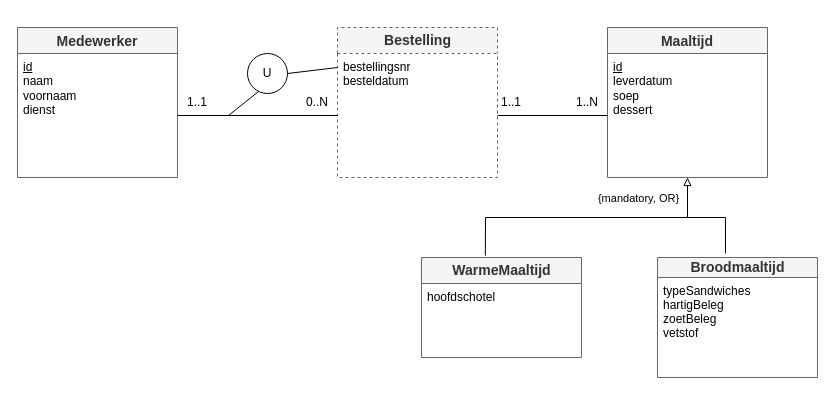
Above: ERD/ERD.drawio in Web-IV/2324-frontendweb-BrechtVandekerckhove (draw.io), before the change. Source tidied: cells renumbered, new cells numbered last; positions are measured from the earlier drawing's top-left corner, leaving out a move shared by most shapes. Both pictures are drawn from the tidied source at 100%, with x=0, y=0 at pixel (17, 27).
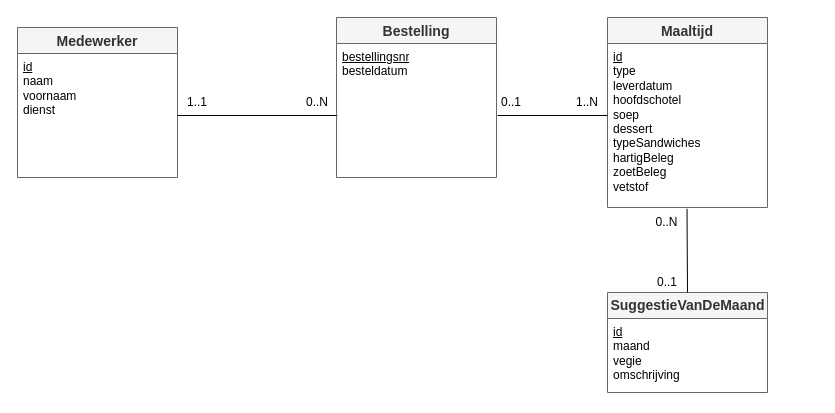
After the change.

Unchanged cells that the change refers to:
```xml
<mxCell id="3" value="&lt;u&gt;id&lt;/u&gt;&lt;br&gt;naam&lt;br&gt;voornaam&lt;br&gt;dienst" style="text;strokeColor=none;fillColor=none;spacingLeft=4;spacingRight=4;overflow=hidden;points=[[0,0.5],[1,0.5]];portConstraint=eastwest;fontSize=12;fontStyle=0;html=1;" parent="2" vertex="1">
  <mxGeometry y="26" width="160" height="124" as="geometry" />
</mxCell>
```

Diff of the diagram source:
```diff
@@
-    <mxCell id="4" value="Bestelling" style="swimlane;fontStyle=1;horizontal=1;startSize=26;align=center;fontSize=14;strokeColor=#666666;fillColor=#f5f5f5;fontColor=#333333;dashed=1;html=1;" parent="1" vertex="1">
-      <mxGeometry x="320" width="160" height="150" as="geometry" />
-    </mxCell>
-    <mxCell id="5" value="bestellingsnr&lt;br&gt;besteldatum" style="text;strokeColor=none;fillColor=none;spacingLeft=4;spacingRight=4;overflow=hidden;points=[[0,0.5],[1,0.5]];portConstraint=eastwest;fontSize=12;html=1;" parent="4" vertex="1">
-      <mxGeometry y="26" width="160" height="124" as="geometry" />
-    </mxCell>
-    <mxCell id="6" style="endArrow=none;html=1;rounded=0;exitX=1;exitY=0.5;exitDx=0;exitDy=0;entryX=0;entryY=0.5;entryDx=0;entryDy=0;" parent="1" edge="1" source="3" target="5">
-      <mxGeometry relative="1" as="geometry" />
+    <mxCell id="6" style="endArrow=none;html=1;rounded=0;exitX=1;exitY=0.5;exitDx=0;exitDy=0;entryX=0;entryY=0.5;entryDx=0;entryDy=0;" parent="1" edge="1" source="3">
+      <mxGeometry relative="1" as="geometry">
+        <mxPoint x="320" y="88" as="targetPoint" />
+      </mxGeometry>
     </mxCell>
@@
     <mxCell id="9" value="Maaltijd" style="swimlane;fontStyle=1;horizontal=1;startSize=26;align=center;fontSize=14;strokeColor=#666666;fillColor=#f5f5f5;fontColor=#333333;" parent="1" vertex="1">
-      <mxGeometry x="590" width="160" height="150" as="geometry" />
+      <mxGeometry x="590" y="-10" width="160" height="190" as="geometry" />
     </mxCell>
-    <mxCell id="10" value="&lt;u&gt;id&lt;/u&gt;&lt;br&gt;leverdatum&lt;br&gt;soep&lt;br&gt;dessert" style="text;strokeColor=none;fillColor=none;spacingLeft=4;spacingRight=4;overflow=hidden;points=[[0,0.5],[1,0.5]];portConstraint=eastwest;fontSize=12;html=1;" parent="9" vertex="1">
-      <mxGeometry y="26" width="160" height="124" as="geometry" />
+    <mxCell id="10" value="&lt;u&gt;id&lt;br&gt;&lt;/u&gt;type&lt;br&gt;leverdatum&lt;br&gt;hoofdschotel&lt;br&gt;soep&lt;br&gt;dessert&lt;br&gt;typeSandwiches&lt;br style=&quot;border-color: var(--border-color); padding: 0px; margin: 0px;&quot;&gt;hartigBeleg&lt;br style=&quot;border-color: var(--border-color); padding: 0px; margin: 0px;&quot;&gt;zoetBeleg&lt;br style=&quot;border-color: var(--border-color); padding: 0px; margin: 0px;&quot;&gt;vetstof" style="text;strokeColor=none;fillColor=none;spacingLeft=4;spacingRight=4;overflow=hidden;points=[[0,0.5],[1,0.5]];portConstraint=eastwest;fontSize=12;html=1;" parent="9" vertex="1">
+      <mxGeometry y="26" width="160" height="164" as="geometry" />
     </mxCell>
-    <mxCell id="11" value="WarmeMaaltijd" style="swimlane;fontStyle=1;horizontal=1;startSize=26;align=center;fontSize=14;strokeColor=#666666;fillColor=#f5f5f5;fontColor=#333333;html=1;" parent="1" vertex="1">
-      <mxGeometry x="404" y="230" width="160" height="100" as="geometry" />
-    </mxCell>
-    <mxCell id="12" value="hoofdschotel&#10;&#10;" style="text;strokeColor=none;fillColor=none;spacingLeft=4;spacingRight=4;overflow=hidden;fontSize=12;" parent="11" vertex="1">
-      <mxGeometry y="26" width="160" height="74" as="geometry" />
-    </mxCell>
-    <mxCell id="13" value="Broodmaaltijd" style="swimlane;fontStyle=1;horizontal=1;startSize=20;align=center;fontSize=14;strokeColor=#666666;fillColor=#f5f5f5;fontColor=#333333;html=1;" parent="1" vertex="1">
-      <mxGeometry x="640" y="230" width="160" height="120" as="geometry" />
-    </mxCell>
-    <mxCell id="14" value="typeSandwiches&#10;hartigBeleg&#10;zoetBeleg&#10;vetstof" style="text;strokeColor=none;fillColor=none;spacingLeft=4;spacingRight=4;overflow=hidden;fontSize=12;" parent="13" vertex="1">
-      <mxGeometry y="20" width="160" height="100" as="geometry" />
-    </mxCell>
-    <mxCell id="15" style="endArrow=none;html=1;rounded=0;exitX=1;exitY=0.5;exitDx=0;exitDy=0;" parent="1" edge="1" source="5">
+    <mxCell id="15" style="endArrow=none;html=1;rounded=0;exitX=1;exitY=0.5;exitDx=0;exitDy=0;" parent="1" edge="1">
       <mxGeometry relative="1" as="geometry">
+        <mxPoint x="480" y="88" as="sourcePoint" />
         <mxPoint x="590" y="88" as="targetPoint" />
       </mxGeometry>
     </mxCell>
-    <mxCell id="16" value="1..1" style="text;html=1;strokeColor=none;fillColor=none;align=center;verticalAlign=middle;whiteSpace=wrap;rounded=0;" parent="1" vertex="1">
+    <mxCell id="16" value="0..1" style="text;html=1;strokeColor=none;fillColor=none;align=center;verticalAlign=middle;whiteSpace=wrap;rounded=0;" parent="1" vertex="1">
       <mxGeometry x="464" y="60" width="60" height="30" as="geometry" />
     </mxCell>
@@
-    <mxCell id="18" style="edgeStyle=orthogonalEdgeStyle;fontSize=12;html=1;endArrow=none;startArrow=block;rounded=0;startFill=0;endFill=0;exitX=0.5;exitY=1;exitDx=0;exitDy=0;exitPerimeter=0;entryX=0.425;entryY=-0.033;entryDx=0;entryDy=0;entryPerimeter=0;" parent="1" edge="1" source="10" target="13">
-      <mxGeometry relative="1" as="geometry">
-        <Array as="points">
-          <mxPoint x="670" y="190" />
-          <mxPoint x="708" y="190" />
-        </Array>
-      </mxGeometry>
-    </mxCell>
-    <mxCell id="19" value="{mandatory, OR}" style="edgeLabel;html=1;align=center;verticalAlign=middle;" parent="18" vertex="1">
-      <mxGeometry x="0.24" relative="1" as="geometry">
-        <mxPoint x="-81" y="-20" as="offset" />
-      </mxGeometry>
-    </mxCell>
-    <mxCell id="20" style="endArrow=none;html=1;rounded=0;exitX=0.399;exitY=-0.018;exitDx=0;exitDy=0;exitPerimeter=0;" parent="1" edge="1" source="11">
-      <mxGeometry relative="1" as="geometry">
-        <mxPoint x="670" y="190" as="targetPoint" />
-        <Array as="points">
-          <mxPoint x="468" y="190" />
-        </Array>
-      </mxGeometry>
-    </mxCell>
-    <mxCell id="21" value="U" style="ellipse;whiteSpace=wrap;html=1;strokeColor=#000000;fillColor=#FFFFFF;" parent="1" vertex="1">
-      <mxGeometry x="230" y="26" width="40" height="40" as="geometry" />
-    </mxCell>
-    <mxCell id="22" style="endArrow=none;html=1;rounded=0;entryX=1;entryY=0.5;entryDx=0;entryDy=0;exitX=0;exitY=0.113;exitDx=0;exitDy=0;exitPerimeter=0;" parent="1" edge="1" source="5" target="21">
-      <mxGeometry relative="1" as="geometry" />
-    </mxCell>
-    <mxCell id="23" style="endArrow=none;html=1;rounded=0;entryX=0.5;entryY=1;entryDx=0;entryDy=0;" parent="1" edge="1">
-      <mxGeometry relative="1" as="geometry">
-        <mxPoint x="211" y="88" as="sourcePoint" />
-        <mxPoint x="241" y="64" as="targetPoint" />
-      </mxGeometry>
-    </mxCell>
+    <mxCell id="4" value="Bestelling" style="swimlane;fontStyle=1;horizontal=1;startSize=26;align=center;fontSize=14;strokeColor=#666666;fillColor=#f5f5f5;fontColor=#333333;" parent="1" vertex="1">
+      <mxGeometry x="319" y="-10" width="160" height="160" as="geometry" />
+    </mxCell>
+    <mxCell id="5" value="&lt;u&gt;bestellingsnr&lt;/u&gt;&lt;br&gt;besteldatum" style="text;strokeColor=none;fillColor=none;spacingLeft=4;spacingRight=4;overflow=hidden;points=[[0,0.5],[1,0.5]];portConstraint=eastwest;fontSize=12;html=1;" parent="4" vertex="1">
+      <mxGeometry y="26" width="160" height="134" as="geometry" />
+    </mxCell>
+    <mxCell id="24" value="SuggestieVanDeMaand" style="swimlane;fontStyle=1;horizontal=1;startSize=26;align=center;fontSize=14;strokeColor=#666666;fillColor=#f5f5f5;fontColor=#333333;html=1;" parent="1" vertex="1">
+      <mxGeometry x="590" y="265" width="160" height="100" as="geometry" />
+    </mxCell>
+    <mxCell id="25" value="&lt;u&gt;id&lt;/u&gt;&lt;br&gt;maand&lt;br&gt;vegie&lt;br&gt;omschrijving" style="text;strokeColor=none;fillColor=none;spacingLeft=4;spacingRight=4;overflow=hidden;fontSize=12;html=1;" parent="24" vertex="1">
+      <mxGeometry y="26" width="160" height="74" as="geometry" />
+    </mxCell>
+    <mxCell id="26" style="endArrow=none;html=1;rounded=0;entryX=0.497;entryY=1.008;entryDx=0;entryDy=0;entryPerimeter=0;exitX=0.5;exitY=0;exitDx=0;exitDy=0;" parent="1" edge="1" source="24" target="10">
+      <mxGeometry relative="1" as="geometry" />
+    </mxCell>
+    <mxCell id="27" value="0..1" style="text;html=1;strokeColor=none;fillColor=none;align=center;verticalAlign=middle;whiteSpace=wrap;rounded=0;" parent="1" vertex="1">
+      <mxGeometry x="620" y="240" width="60" height="30" as="geometry" />
+    </mxCell>
+    <mxCell id="28" value="0..N" style="text;html=1;strokeColor=none;fillColor=none;align=center;verticalAlign=middle;whiteSpace=wrap;rounded=0;" parent="1" vertex="1">
+      <mxGeometry x="619" y="180" width="61" height="30" as="geometry" />
+    </mxCell>
```
